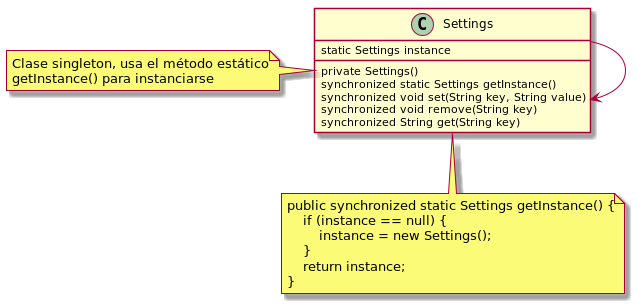
The PlantUML diagram plantuml/singleton.png in sauljabin/java-design-patterns, before a commit.
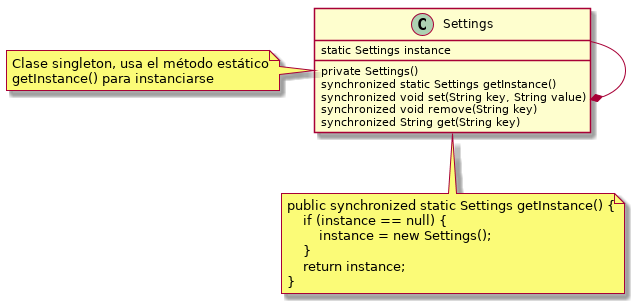
The same diagram one commit later.

Change to the diagram source:
```diff
@@ -9,7 +9,7 @@
 synchronized String get(String key)
 }
 
-Settings --> Settings
+Settings --* Settings
 
 note "Clase singleton, usa el método estático\ngetInstance() para instanciarse" as NoteSettings
 Settings .l. NoteSettings
```
